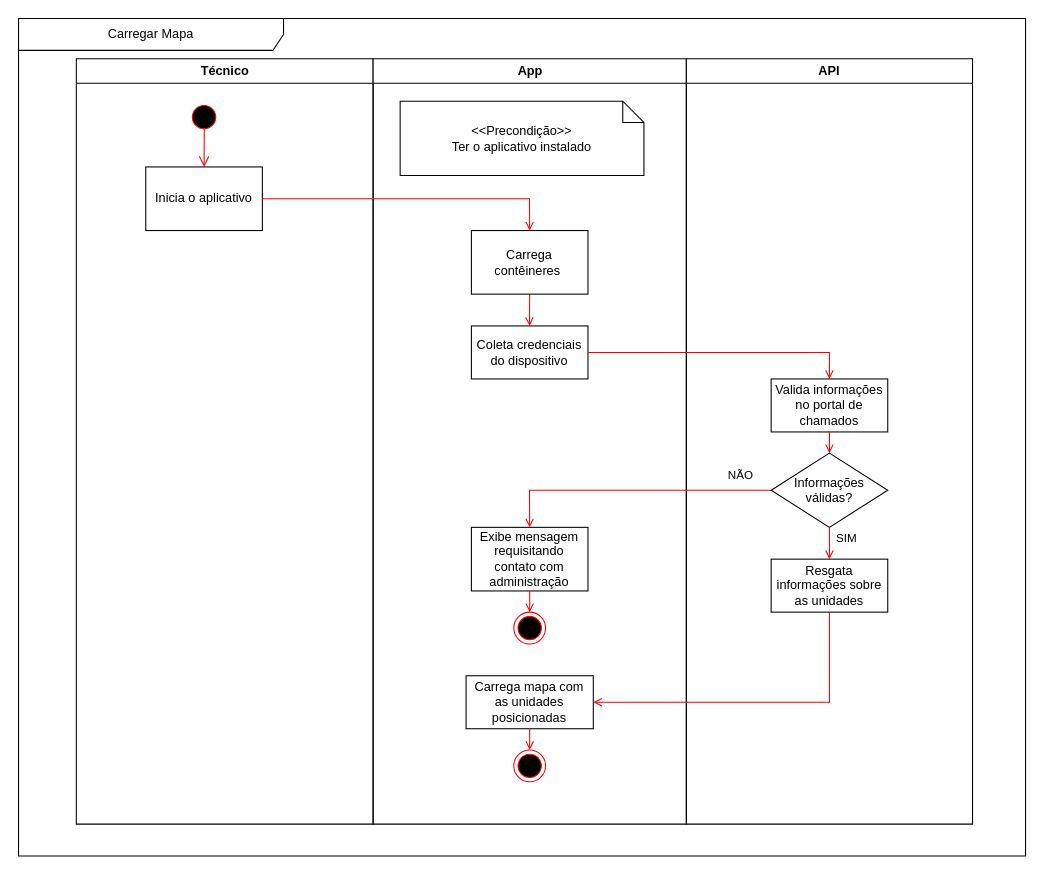
Earlier version of the draw.io diagram atv_carregar_mapa.drawio (DanielRM07/TCC). Source tidied: cells renumbered, new cells numbered last; positions are measured from the earlier drawing's top-left corner, leaving out a move shared by most shapes. Both pictures are drawn from the tidied source at 106%, with x=0, y=0 at pixel (18, 18).
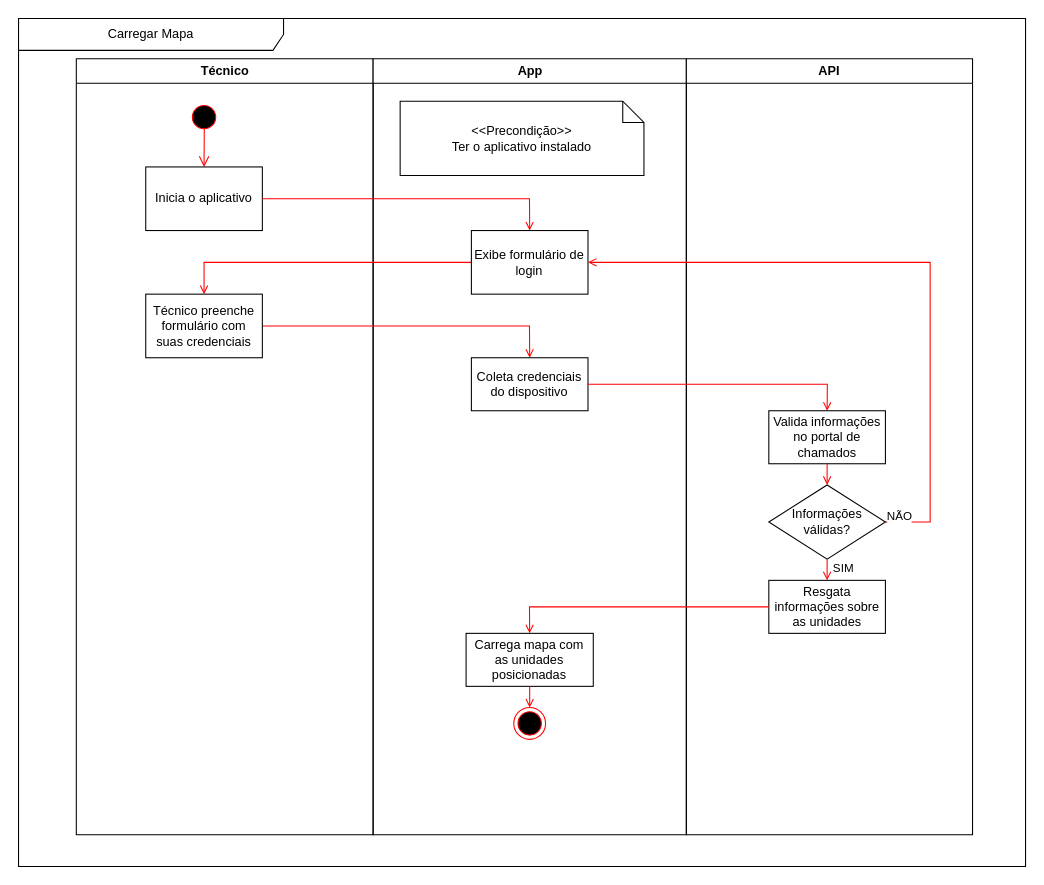
The same page after the edit.

Change to the diagram source:
```diff
@@
     <mxCell id="2" value="Técnico" style="swimlane;whiteSpace=wrap;" parent="1" vertex="1">
-      <mxGeometry x="54.5" y="38" width="280" height="722" as="geometry" />
+      <mxGeometry x="54.5" y="38" width="280" height="732" as="geometry" />
     </mxCell>
     <mxCell id="3" value="App" style="swimlane;whiteSpace=wrap;" parent="1" vertex="1">
-      <mxGeometry x="334.5" y="38" width="295.5" height="722" as="geometry" />
+      <mxGeometry x="334.5" y="38" width="295.5" height="732" as="geometry" />
     </mxCell>
     <mxCell id="4" value="API" style="swimlane;whiteSpace=wrap;" parent="1" vertex="1">
-      <mxGeometry x="630" y="38" width="270" height="722" as="geometry" />
+      <mxGeometry x="630" y="38" width="270" height="732" as="geometry" />
     </mxCell>
-    <mxCell id="5" style="endArrow=open;strokeColor=#FF0000;endFill=1;rounded=0;entryX=0.5;entryY=0;entryDx=0;entryDy=0;exitX=0.5;exitY=1;exitDx=0;exitDy=0;" parent="1" edge="1" source="12" target="14">
+    <mxCell id="5" style="endArrow=open;strokeColor=#FF0000;endFill=1;rounded=0;entryX=0.5;entryY=0;entryDx=0;entryDy=0;exitX=0;exitY=0.5;exitDx=0;exitDy=0;" parent="1" edge="1" source="12" target="31">
       <mxGeometry relative="1" as="geometry">
         <Array as="points">
-          <mxPoint x="482" y="285" />
+          <mxPoint x="175" y="230" />
         </Array>
       </mxGeometry>
     </mxCell>
     <mxCell id="6" value="Carregar Mapa" style="shape=umlFrame;whiteSpace=wrap;html=1;width=250;height=30;" parent="1" vertex="1">
-      <mxGeometry width="950" height="790" as="geometry" />
+      <mxGeometry width="950" height="800" as="geometry" />
     </mxCell>
-    <mxCell id="7" style="ellipse;html=1;shape=endState;fillColor=#000000;strokeColor=#ff0000;" parent="1" vertex="1">
-      <mxGeometry x="467.2" y="560" width="30" height="30" as="geometry" />
-    </mxCell>
@@
-    <mxCell id="12" value="Carrega contêineres " style="whiteSpace=wrap;" parent="1" vertex="1">
+    <mxCell id="12" value="Exibe formulário de login" style="whiteSpace=wrap;" parent="1" vertex="1">
       <mxGeometry x="427.2" y="200" width="110" height="60" as="geometry" />
     </mxCell>
@@
     <mxCell id="14" value="Coleta credenciais do dispositivo" style="whiteSpace=wrap;" parent="1" vertex="1">
-      <mxGeometry x="427.2" y="290" width="110" height="50" as="geometry" />
+      <mxGeometry x="427.2" y="320" width="110" height="50" as="geometry" />
     </mxCell>
     <mxCell id="15" value="Valida informações no portal de chamados" style="whiteSpace=wrap;" parent="1" vertex="1">
-      <mxGeometry x="710" y="340" width="110" height="50" as="geometry" />
+      <mxGeometry x="707.8" y="370" width="110" height="50" as="geometry" />
     </mxCell>
-    <mxCell id="16" value="Exibe mensagem requisitando contato com administração" style="whiteSpace=wrap;" parent="1" vertex="1">
-      <mxGeometry x="427.2" y="480" width="110" height="60" as="geometry" />
-    </mxCell>
     <mxCell id="17" value="Carrega mapa com as unidades posicionadas" style="whiteSpace=wrap;" parent="1" vertex="1">
-      <mxGeometry x="422.2" y="620" width="120" height="50" as="geometry" />
+      <mxGeometry x="422.2" y="580" width="120" height="50" as="geometry" />
     </mxCell>
-    <mxCell id="18" style="endArrow=open;strokeColor=#FF0000;endFill=1;rounded=0;entryX=0.5;entryY=0;entryDx=0;entryDy=0;exitX=0.5;exitY=1;exitDx=0;exitDy=0;" parent="1" edge="1" source="16" target="7">
-      <mxGeometry relative="1" as="geometry" />
-    </mxCell>
-    <mxCell id="19" style="endArrow=open;strokeColor=#FF0000;endFill=1;rounded=0;entryX=0.5;entryY=0;entryDx=0;entryDy=0;exitX=0;exitY=0.5;exitDx=0;exitDy=0;" parent="1" edge="1" source="21" target="16">
+    <mxCell id="19" style="endArrow=open;strokeColor=#FF0000;endFill=1;rounded=0;entryX=1;entryY=0.5;entryDx=0;entryDy=0;exitX=1;exitY=0.5;exitDx=0;exitDy=0;" parent="1" edge="1" source="21" target="12">
       <mxGeometry relative="1" as="geometry">
         <Array as="points">
-          <mxPoint x="482" y="445" />
+          <mxPoint x="860" y="475" />
+          <mxPoint x="860" y="230" />
         </Array>
       </mxGeometry>
     </mxCell>
     <mxCell id="20" value="NÃO" style="edgeLabel;html=1;align=center;verticalAlign=middle;" parent="19" vertex="1">
       <mxGeometry x="-0.71" y="1" relative="1" as="geometry">
-        <mxPoint x="8" y="-16" as="offset" />
+        <mxPoint x="-29" y="40" as="offset" />
       </mxGeometry>
     </mxCell>
     <mxCell id="21" value="Informações válidas?" style="rhombus;whiteSpace=wrap;html=1;" parent="1" vertex="1">
-      <mxGeometry x="710" y="410" width="110" height="70" as="geometry" />
+      <mxGeometry x="707.8" y="440" width="110" height="70" as="geometry" />
     </mxCell>
@@
     <mxCell id="23" style="endArrow=open;strokeColor=#FF0000;endFill=1;rounded=0;exitX=1;exitY=0.5;exitDx=0;exitDy=0;entryX=0.5;entryY=0;entryDx=0;entryDy=0;" parent="1" edge="1" source="14" target="15">
       <mxGeometry relative="1" as="geometry">
         <Array as="points">
-          <mxPoint x="660" y="315" />
-          <mxPoint x="765" y="315" />
+          <mxPoint x="763" y="345" />
         </Array>
       </mxGeometry>
     </mxCell>
     <mxCell id="24" value="Resgata informações sobre as unidades" style="whiteSpace=wrap;" parent="1" vertex="1">
-      <mxGeometry x="710" y="510" width="110" height="50" as="geometry" />
+      <mxGeometry x="707.8" y="530" width="110" height="50" as="geometry" />
     </mxCell>
@@
-    <mxCell id="27" style="endArrow=open;strokeColor=#FF0000;endFill=1;rounded=0;entryX=1;entryY=0.5;entryDx=0;entryDy=0;exitX=0.5;exitY=1;exitDx=0;exitDy=0;" parent="1" edge="1" source="24" target="17">
+    <mxCell id="27" style="endArrow=open;strokeColor=#FF0000;endFill=1;rounded=0;entryX=0.5;entryY=0;entryDx=0;entryDy=0;exitX=0;exitY=0.5;exitDx=0;exitDy=0;" parent="1" edge="1" source="24" target="17">
       <mxGeometry relative="1" as="geometry">
         <Array as="points">
-          <mxPoint x="765" y="645" />
+          <mxPoint x="482" y="555" />
         </Array>
       </mxGeometry>
     </mxCell>
     <mxCell id="28" style="ellipse;html=1;shape=endState;fillColor=#000000;strokeColor=#ff0000;" parent="1" vertex="1">
-      <mxGeometry x="467.2" y="690" width="30" height="30" as="geometry" />
+      <mxGeometry x="467.2" y="650" width="30" height="30" as="geometry" />
     </mxCell>
@@
+    <mxCell id="30" style="endArrow=open;strokeColor=#FF0000;endFill=1;rounded=0;entryX=0.5;entryY=0;entryDx=0;entryDy=0;exitX=1;exitY=0.5;exitDx=0;exitDy=0;" parent="1" edge="1" source="31" target="14">
+      <mxGeometry relative="1" as="geometry">
+        <Array as="points">
+          <mxPoint x="482" y="290" />
+        </Array>
+      </mxGeometry>
+    </mxCell>
+    <mxCell id="31" value="Técnico preenche formulário com suas credenciais" style="whiteSpace=wrap;" parent="1" vertex="1">
+      <mxGeometry x="120" y="260" width="110" height="60" as="geometry" />
+    </mxCell>
```
